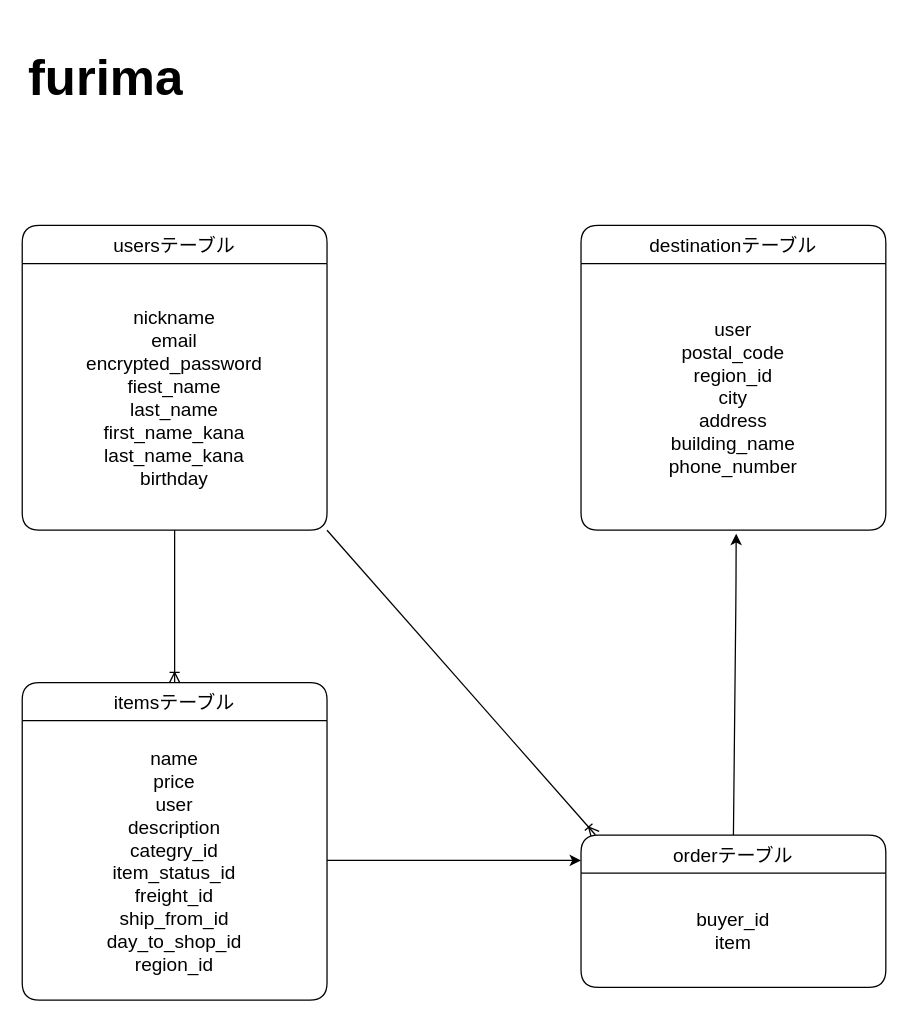
Earlier version of the draw.io diagram er.furima.dio (Tomoka17/furima-37718). Source tidied: cells renumbered, new cells numbered last; positions are measured from the earlier drawing's top-left corner, leaving out a move shared by most shapes. Both pictures are drawn from the tidied source at 127%, with x=0, y=0 at pixel (22, 34).
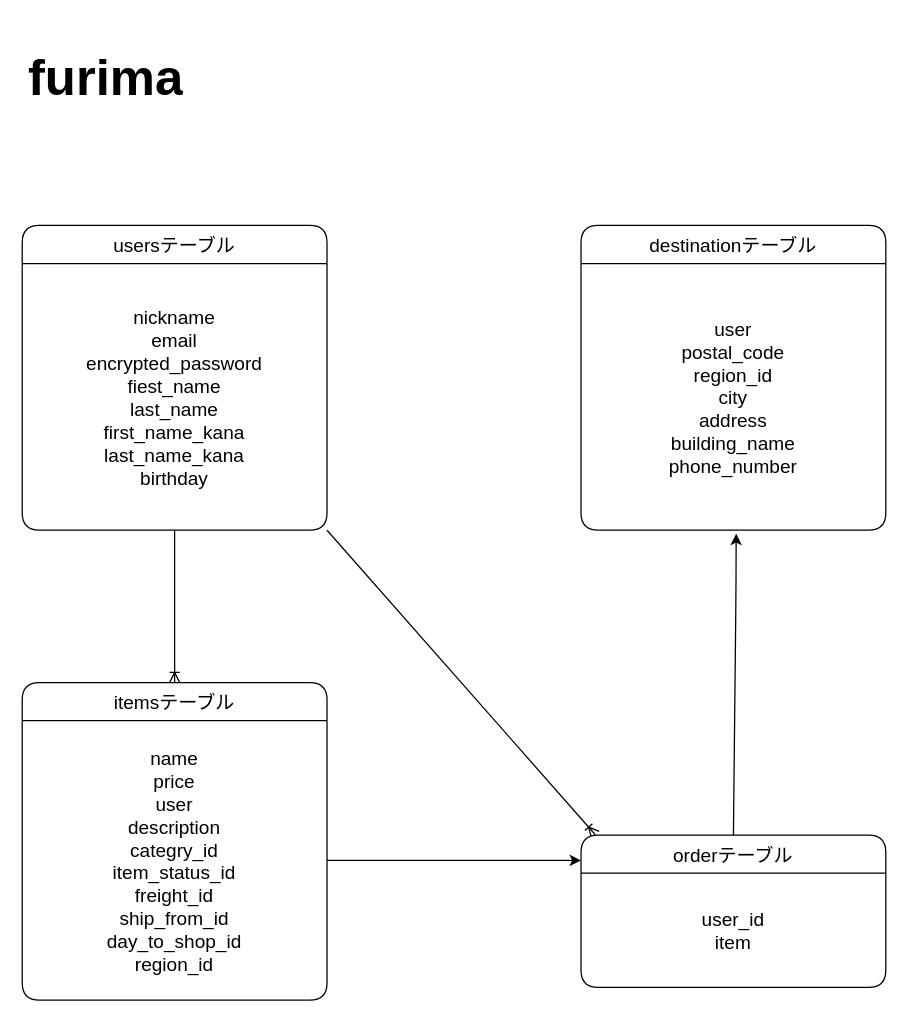
After the change.

The edit, as a diff of the source:
```diff
@@
 <mxGraphModel>
   <root>
     <mxCell id="0" />
     <mxCell id="1" parent="0" />
     <mxCell id="2" style="edgeStyle=none;html=1;exitX=1;exitY=1;exitDx=0;exitDy=0;entryX=0.047;entryY=-0.002;entryDx=0;entryDy=0;entryPerimeter=0;fontSize=15;endArrow=ERoneToMany;endFill=0;" parent="1" edge="1" source="3" target="10">
       <mxGeometry relative="1" as="geometry" />
     </mxCell>
     <mxCell id="3" value="usersテーブル" style="swimlane;fontStyle=0;horizontal=1;startSize=30;rounded=1;fontSize=15;" parent="1" vertex="1">
       <mxGeometry y="150" width="240" height="240" as="geometry" />
     </mxCell>
     <mxCell id="4" value="nickname&#10;email&#10;encrypted_password&#10;fiest_name&#10;last_name&#10;first_name_kana&#10;last_name_kana&#10;birthday" style="text;strokeColor=none;fillColor=none;align=center;verticalAlign=middle;spacingLeft=4;spacingRight=4;overflow=hidden;rounded=1;fontSize=15;horizontal=1;" parent="3" vertex="1">
       <mxGeometry y="30" width="240" height="210" as="geometry" />
     </mxCell>
     <mxCell id="5" value="&lt;h1&gt;&lt;font style=&quot;font-size: 40px&quot;&gt;furima&lt;/font&gt;&lt;/h1&gt;" style="text;html=1;strokeColor=none;fillColor=none;spacing=5;spacingTop=-20;whiteSpace=wrap;overflow=hidden;rounded=0;fontSize=15;" parent="1" vertex="1">
       <mxGeometry width="190" height="50" as="geometry" />
     </mxCell>
     <mxCell id="6" value="destinationテーブル" style="swimlane;fontStyle=0;horizontal=1;startSize=30;rounded=1;fontSize=15;" parent="1" vertex="1">
       <mxGeometry x="440" y="150" width="240" height="240" as="geometry" />
     </mxCell>
     <mxCell id="7" value="user&#10;postal_code&#10;region_id&#10;city&#10;address&#10;building_name&#10;phone_number" style="text;strokeColor=none;fillColor=none;align=center;verticalAlign=middle;spacingLeft=4;spacingRight=4;overflow=hidden;points=[[0,0.5],[1,0.5]];portConstraint=eastwest;rounded=1;fontSize=15;" parent="6" vertex="1">
       <mxGeometry y="30" width="240" height="210" as="geometry" />
     </mxCell>
     <mxCell id="8" value="itemsテーブル" style="swimlane;fontStyle=0;horizontal=1;startSize=30;rounded=1;fontSize=15;" parent="1" vertex="1">
       <mxGeometry y="510" width="240" height="250" as="geometry" />
     </mxCell>
     <mxCell id="9" value="name&#10;price&#10;user&#10;description&#10;categry_id&#10;item_status_id&#10;freight_id&#10;ship_from_id&#10;day_to_shop_id&#10;region_id" style="text;strokeColor=none;fillColor=none;align=center;verticalAlign=middle;spacingLeft=4;spacingRight=4;overflow=hidden;points=[[0,0.5],[1,0.5]];portConstraint=eastwest;rounded=1;fontSize=15;" parent="8" vertex="1">
       <mxGeometry y="30" width="240" height="220" as="geometry" />
     </mxCell>
     <mxCell id="10" value="orderテーブル" style="swimlane;fontStyle=0;horizontal=1;startSize=30;rounded=1;fontSize=15;" parent="1" vertex="1">
       <mxGeometry x="440" y="630" width="240" height="120" as="geometry" />
     </mxCell>
-    <mxCell id="11" value="buyer_id&#10;item" style="text;strokeColor=none;fillColor=none;align=center;verticalAlign=middle;spacingLeft=4;spacingRight=4;overflow=hidden;rounded=1;fontSize=15;" parent="10" vertex="1">
+    <mxCell id="11" value="user_id&#10;item" style="text;strokeColor=none;fillColor=none;align=center;verticalAlign=middle;spacingLeft=4;spacingRight=4;overflow=hidden;rounded=1;fontSize=15;" parent="10" vertex="1">
       <mxGeometry y="30" width="240" height="90" as="geometry" />
     </mxCell>
     <mxCell id="12" style="endArrow=classic;html=1;fontSize=15;entryX=0.509;entryY=1.013;entryDx=0;entryDy=0;entryPerimeter=0;exitX=0.5;exitY=0;exitDx=0;exitDy=0;" parent="1" edge="1" source="10" target="7">
       <mxGeometry relative="1" as="geometry">
         <Array as="points">
           <mxPoint x="562" y="440" />
         </Array>
       </mxGeometry>
     </mxCell>
     <mxCell id="13" style="endArrow=ERoneToMany;html=1;fontSize=15;endFill=0;entryX=0.5;entryY=0;entryDx=0;entryDy=0;" parent="1" edge="1" target="8">
       <mxGeometry relative="1" as="geometry">
         <mxPoint x="120" y="390" as="sourcePoint" />
       </mxGeometry>
     </mxCell>
     <mxCell id="14" style="edgeStyle=none;html=1;entryX=0;entryY=0.167;entryDx=0;entryDy=0;entryPerimeter=0;" parent="1" edge="1" source="9" target="10">
       <mxGeometry relative="1" as="geometry" />
     </mxCell>
   </root>
 </mxGraphModel>
```
